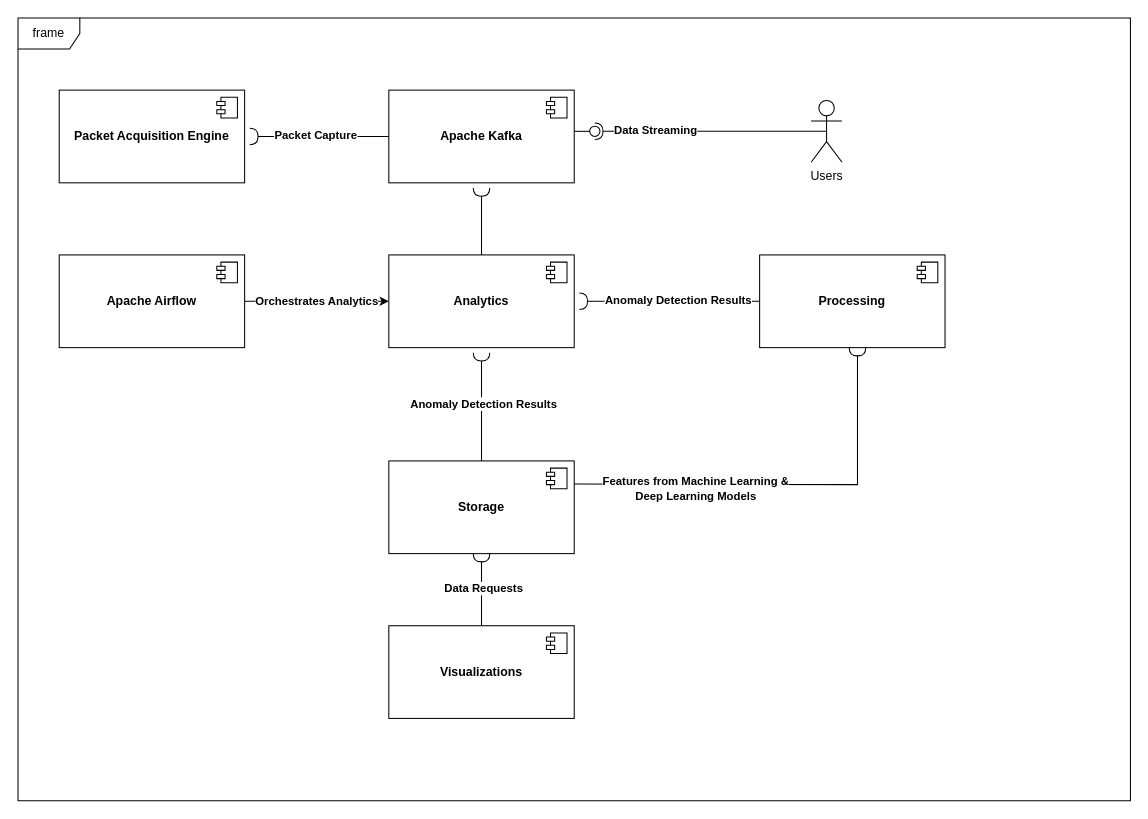
The draw.io diagram Component Diagram.drawio in KaanIsmet/Net-Sentry, before the edit. Source tidied: cells renumbered, new cells numbered last; positions are measured from the earlier drawing's top-left corner, leaving out a move shared by most shapes. Both pictures are drawn from the tidied source at 103%, with x=0, y=0 at pixel (18, 18).
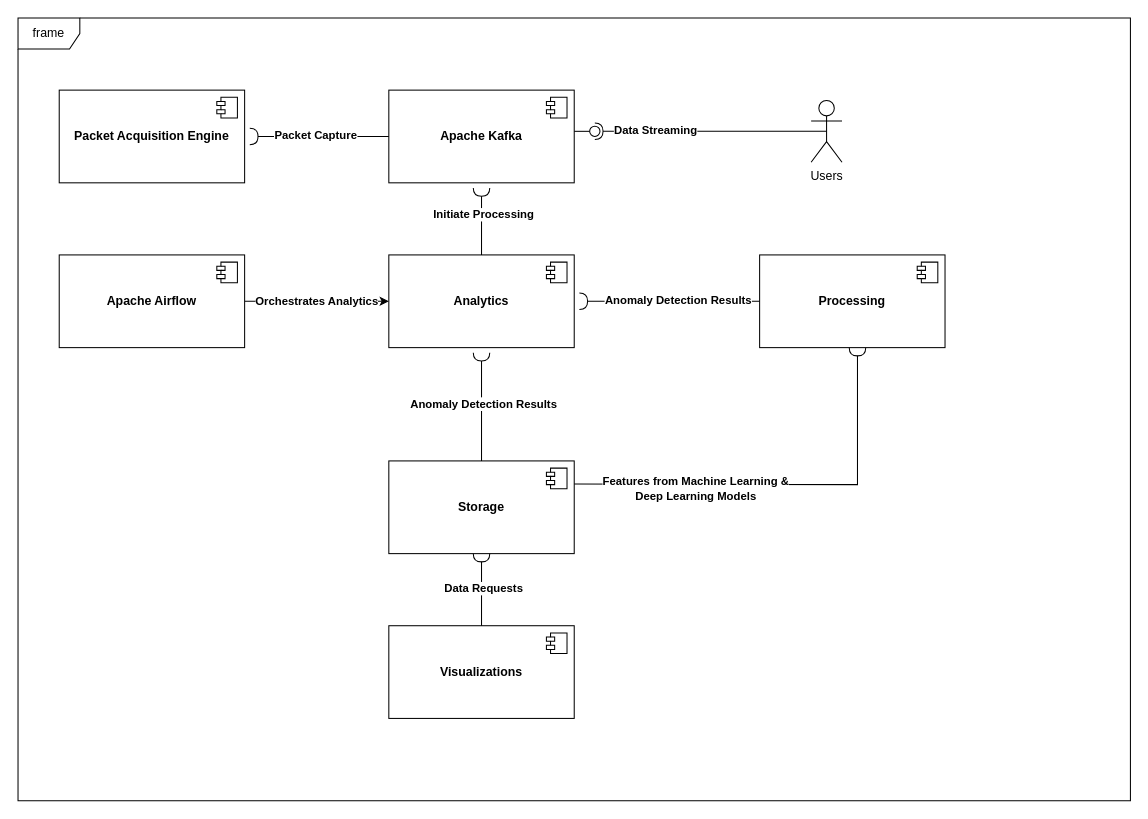
Above is the later version.

Unchanged cells that the change refers to:
```xml
<mxCell id="22" style="rounded=0;jettySize=auto;html=1;endArrow=halfCircle;endFill=0;endSize=6;strokeWidth=1;sketch=0;fontSize=12;curved=1;exitX=0.5;exitY=0;exitDx=0;exitDy=0;" parent="1" edge="1" source="7" target="23">
  <mxGeometry relative="1" as="geometry" />
</mxCell>
```

What changed in the source:
```diff
@@
+    <mxCell id="44" value="&lt;b&gt;Initiate Processing&lt;/b&gt;" style="edgeLabel;html=1;align=center;verticalAlign=middle;" parent="22" vertex="1">
+      <mxGeometry x="0.23" y="-1" relative="1" as="geometry" />
+    </mxCell>
```
